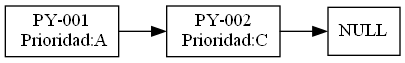
This is ColaDePrioridad.png from JulioFernandez99/EDD-Fase1, a Graphviz export, as it was before one commit. Its source is kept beside it as ColaDePrioridad.dot. Source of this version:
```dot
digraph graficaLista {
rankdir=LR;
node[shape="record"];
nodo0[label="PY-001\n Prioridad:A"];
nodo1[label="PY-002\n Prioridad:C"];
nodo2[label="NULL"];
nodo0->nodo1;
nodo1->nodo2;

}
```
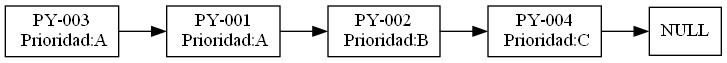
After the commit.

The edit, as a diff of the source:
```diff
@@ -1,10 +1,14 @@
 digraph graficaLista {
 rankdir=LR;
 node[shape="record"];
-nodo0[label="PY-001\n Prioridad:A"];
-nodo1[label="PY-002\n Prioridad:C"];
-nodo2[label="NULL"];
+nodo0[label="PY-003\n Prioridad:A"];
+nodo1[label="PY-001\n Prioridad:A"];
+nodo2[label="PY-002\n Prioridad:B"];
+nodo3[label="PY-004\n Prioridad:C"];
+nodo4[label="NULL"];
 nodo0->nodo1;
 nodo1->nodo2;
+nodo2->nodo3;
+nodo3->nodo4;
 
 }
```
